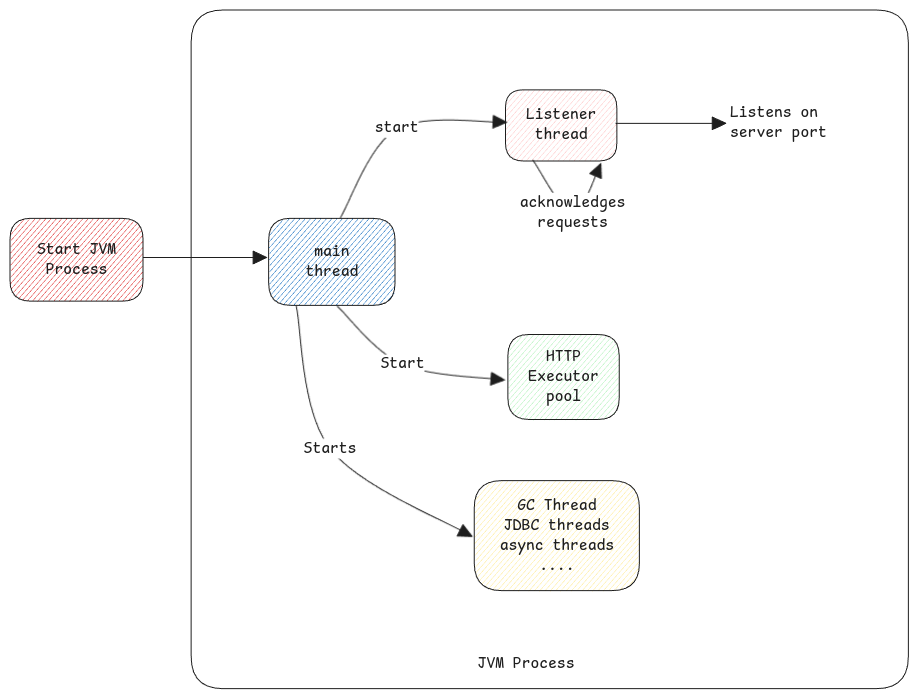
The Excalidraw diagram static/img/java-listener-thread.excalidraw.png in swaroopar/inprogress-engineer, before a commit. Source tidied: one line per element, renumbered; positions are measured from the earlier drawing's top-left corner, leaving out a move shared by most shapes.
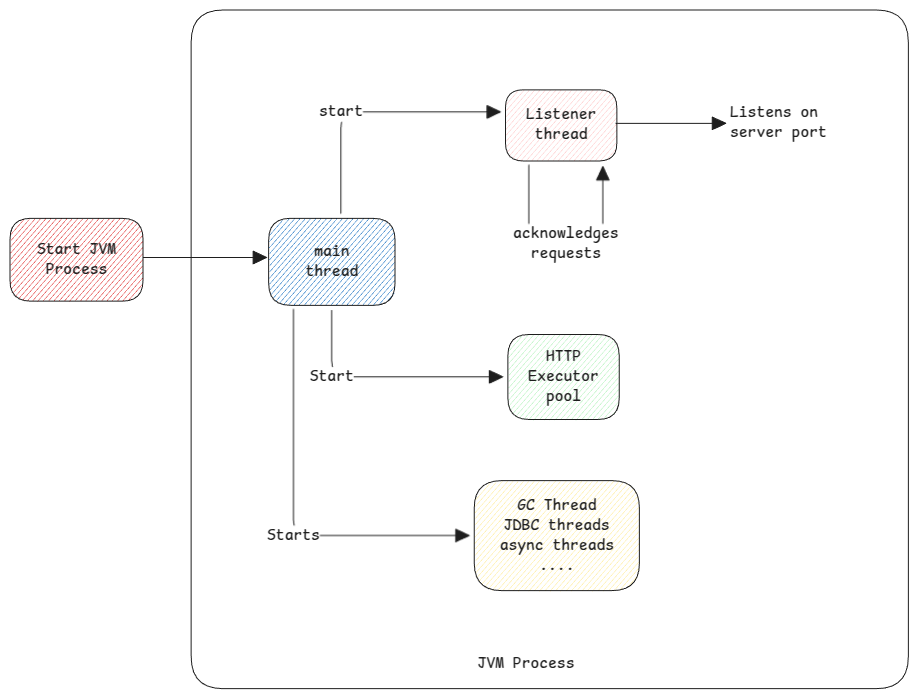
The same file after the commit.

What changed in the source:
```diff
@@ -4,15 +4,15 @@
 {"id": 3, "type": "text", "text": "Listener\nthread", "strokeColor": "#1e1e1e", "strokeWidth": 2, "roughness": 1, "fontSize": 16, "fontFamily": 8, "textAlign": "center", "verticalAlign": "middle", "inside": 2, "x": 516, "y": 95, "width": 70, "height": 40}
 {"id": 4, "type": "rectangle", "strokeColor": "#1e1e1e", "backgroundColor": "#b2f2bb", "fillStyle": "hachure", "strokeWidth": 1, "roughness": 0, "round": true, "x": 498, "y": 324, "width": 111, "height": 85}
 {"id": 5, "type": "text", "text": "HTTP\nExecutor\npool", "strokeColor": "#1e1e1e", "strokeWidth": 2, "roughness": 1, "fontSize": 16, "fontFamily": 8, "textAlign": "center", "verticalAlign": "middle", "inside": 4, "x": 518, "y": 337, "width": 70, "height": 60}
-{"id": 6, "type": "arrow", "strokeColor": "#1e1e1e", "strokeWidth": 1, "roughness": 0, "endArrowhead": "triangle", "round": true, "from": 0, "x": 330, "y": 207, "width": 166, "height": 96, "points": [[0, 0], [56, -89], [166, -96]]}
+{"id": 6, "type": "arrow", "strokeColor": "#1e1e1e", "strokeWidth": 1, "roughness": 0, "endArrowhead": "triangle", "from": 0, "to": 2, "x": 331, "y": 203, "width": 160, "height": 101, "points": [[0, 0], [0, -101], [160, -101]]}
 {"id": 7, "type": "text", "text": "start", "strokeColor": "#1e1e1e", "strokeWidth": 2, "roughness": 1, "fontSize": 16, "fontFamily": 8, "textAlign": "center", "verticalAlign": "middle", "inside": 6, "x": 365, "y": 108, "width": 44, "height": 20}
-{"id": 8, "type": "arrow", "strokeColor": "#1e1e1e", "strokeWidth": 1, "roughness": 0, "endArrowhead": "triangle", "round": true, "from": 0, "to": 4, "x": 327, "y": 296, "width": 167, "height": 74, "points": [[0, 0], [65, 58], [167, 74]]}
+{"id": 8, "type": "arrow", "strokeColor": "#1e1e1e", "strokeWidth": 1, "roughness": 0, "endArrowhead": "triangle", "from": 0, "to": 4, "x": 322, "y": 300, "width": 171, "height": 67, "points": [[0, 0], [0, 67], [171, 67]]}
 {"id": 9, "type": "text", "text": "Start", "strokeColor": "#1e1e1e", "strokeWidth": 2, "roughness": 1, "fontSize": 16, "fontFamily": 8, "textAlign": "center", "verticalAlign": "middle", "inside": 8, "x": 370, "y": 344, "width": 44, "height": 20}
 {"id": 10, "type": "arrow", "strokeColor": "#1e1e1e", "strokeWidth": 1, "roughness": 0, "endArrowhead": "triangle", "round": true, "to": 11, "x": 606, "y": 113, "width": 110, "height": 0, "points": [[0, 0], [110, 0]]}
 {"id": 11, "type": "text", "text": "Listens on \nserver port", "strokeColor": "#1e1e1e", "strokeWidth": 1, "roughness": 0, "fontSize": 16, "fontFamily": 8, "x": 720, "y": 93, "width": 97, "height": 40}
-{"id": 12, "type": "arrow", "strokeColor": "#1e1e1e", "strokeWidth": 1, "roughness": 0, "endArrowhead": "triangle", "round": true, "to": 2, "x": 523, "y": 150, "width": 68, "height": 53, "points": [[0, 0], [40, 53], [68, 3]]}
+{"id": 12, "type": "arrow", "strokeColor": "#1e1e1e", "strokeWidth": 1, "roughness": 0, "endArrowhead": "triangle", "from": 2, "to": 2, "x": 519, "y": 155, "width": 74, "height": 79, "points": [[0, 0], [0, 79], [74, 79], [74, 2]]}
 {"id": 13, "type": "text", "text": "acknowledges\nrequests", "strokeColor": "#1e1e1e", "strokeWidth": 2, "roughness": 1, "fontSize": 16, "fontFamily": 8, "textAlign": "center", "verticalAlign": "middle", "inside": 12, "x": 510, "y": 183, "width": 106, "height": 40}
-{"id": 14, "type": "arrow", "strokeColor": "#1e1e1e", "strokeWidth": 1, "roughness": 0, "endArrowhead": "triangle", "round": true, "from": 0, "to": 16, "x": 286, "y": 296, "width": 176, "height": 231, "points": [[0, 0], [34, 143], [176, 231]]}
+{"id": 14, "type": "arrow", "strokeColor": "#1e1e1e", "strokeWidth": 1, "roughness": 0, "endArrowhead": "triangle", "from": 0, "to": 16, "x": 283, "y": 299, "width": 176, "height": 226, "points": [[0, 0], [0, 226], [176, 226]]}
 {"id": 15, "type": "text", "text": "Starts", "strokeColor": "#1e1e1e", "strokeWidth": 2, "roughness": 1, "fontSize": 16, "fontFamily": 8, "textAlign": "center", "verticalAlign": "middle", "inside": 14, "x": 294, "y": 429, "width": 53, "height": 20}
 {"id": 16, "type": "rectangle", "strokeColor": "#1e1e1e", "backgroundColor": "#ffec99", "fillStyle": "hachure", "strokeWidth": 1, "roughness": 0, "round": true, "x": 464, "y": 471, "width": 165, "height": 110}
 {"id": 17, "type": "text", "text": "GC Thread\nJDBC threads\nasync threads\n....", "strokeColor": "#1e1e1e", "strokeWidth": 2, "roughness": 1, "fontSize": 16, "fontFamily": 8, "textAlign": "center", "verticalAlign": "middle", "inside": 16, "x": 490, "y": 486, "width": 114, "height": 80}
```
